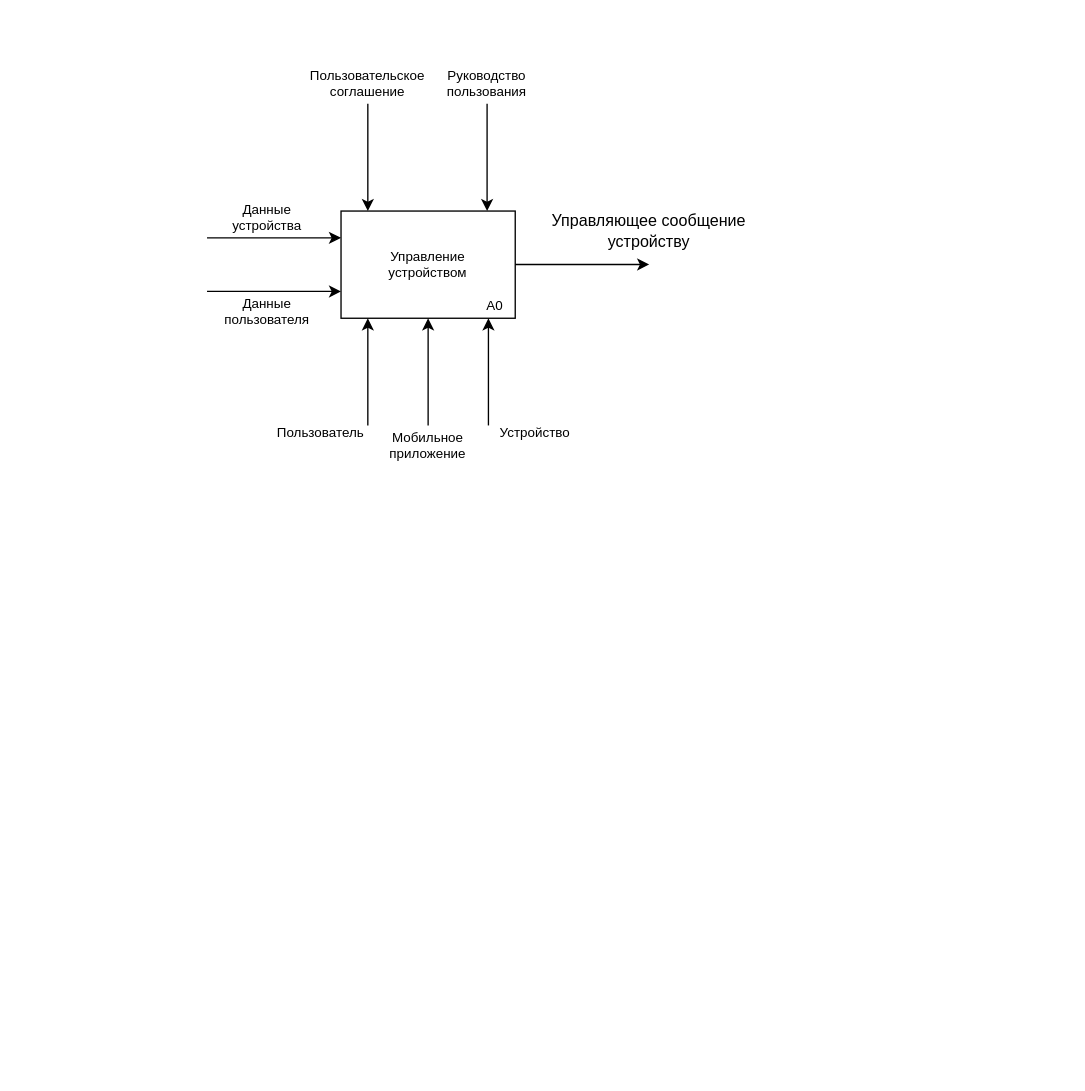
Before: systems-engineering/idef-0.drawio in mkstas/LearningVyatSu, a draw.io diagram. Source tidied: cells renumbered, new cells numbered last; positions are measured from the earlier drawing's top-left corner, leaving out a move shared by most shapes. Both pictures are drawn from the tidied source at 134%, with x=0, y=0 at pixel (206, 63).
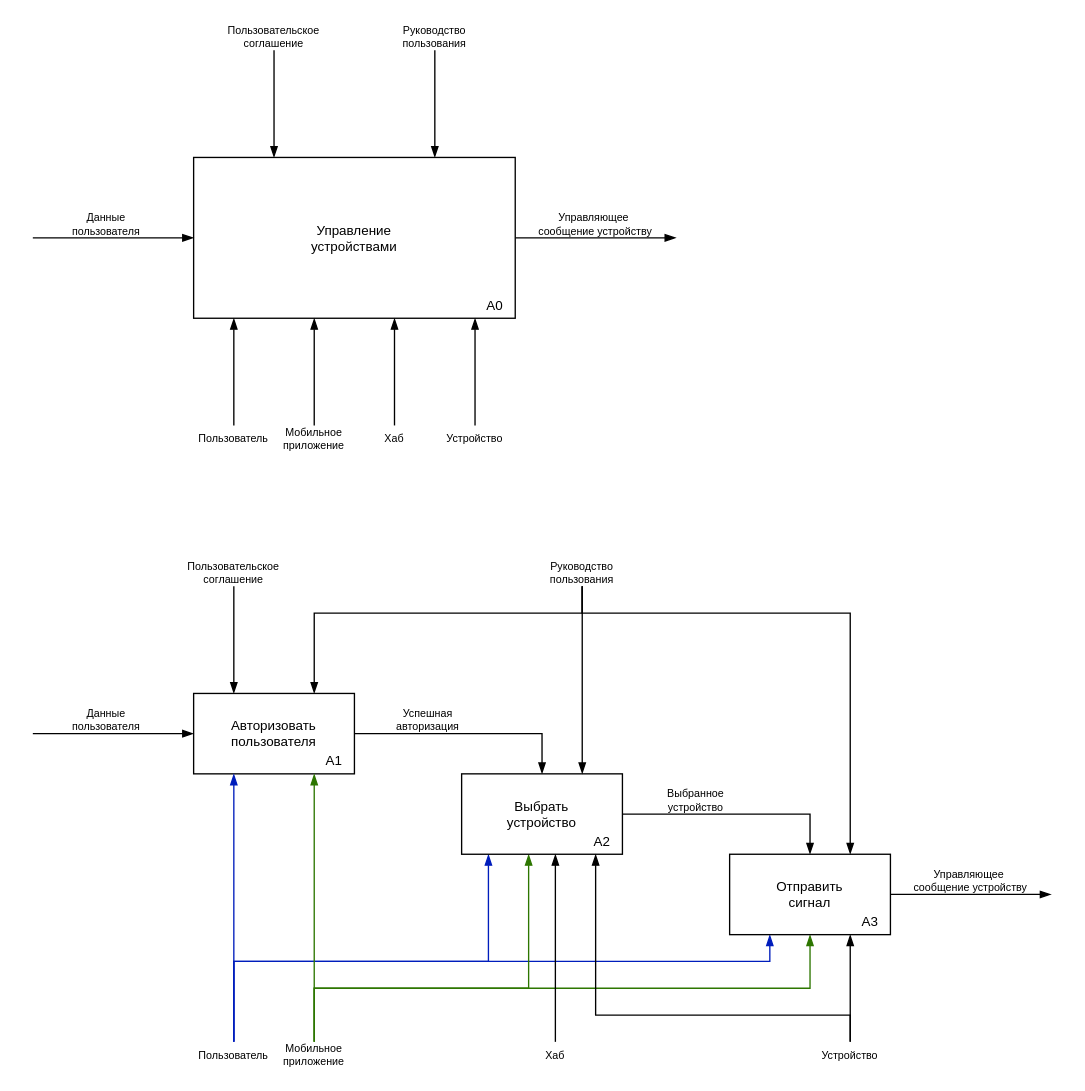
The same diagram, later.

Change to the diagram source:
```diff
@@
-    <mxCell id="2" value="Управление&lt;div&gt;устройством&lt;/div&gt;" style="rounded=0;whiteSpace=wrap;html=1;fontSize=10;" parent="1" vertex="1">
-      <mxGeometry x="100" y="110" width="130" height="80" as="geometry" />
-    </mxCell>
-    <mxCell id="3" value="Данные&lt;div&gt;устройства&lt;/div&gt;" style="text;html=1;whiteSpace=wrap;strokeColor=none;fillColor=none;align=center;verticalAlign=middle;rounded=0;fontSize=10;" parent="1" vertex="1">
-      <mxGeometry x="10" y="100" width="70" height="30" as="geometry" />
-    </mxCell>
-    <mxCell id="4" value="Данные&lt;div&gt;пользователя&lt;/div&gt;" style="text;html=1;whiteSpace=wrap;strokeColor=none;fillColor=none;align=center;verticalAlign=middle;rounded=0;fontSize=10;" parent="1" vertex="1">
-      <mxGeometry x="10" y="170" width="70" height="30" as="geometry" />
-    </mxCell>
-    <mxCell id="5" value="&lt;div&gt;Мобильное&lt;/div&gt;&lt;div&gt;приложение&lt;/div&gt;" style="text;html=1;whiteSpace=wrap;strokeColor=none;fillColor=none;align=center;verticalAlign=middle;rounded=0;fontSize=10;" parent="1" vertex="1">
-      <mxGeometry x="130" y="270" width="70" height="30" as="geometry" />
-    </mxCell>
-    <mxCell id="6" style="endArrow=classic;html=1;rounded=0;" parent="1" edge="1">
-      <mxGeometry relative="1" as="geometry">
-        <mxPoint y="130" as="sourcePoint" />
-        <mxPoint x="100" y="130" as="targetPoint" />
-      </mxGeometry>
-    </mxCell>
-    <mxCell id="7" style="endArrow=classic;html=1;rounded=0;" parent="1" edge="1">
-      <mxGeometry relative="1" as="geometry">
-        <mxPoint y="170" as="sourcePoint" />
-        <mxPoint x="100" y="170" as="targetPoint" />
-      </mxGeometry>
-    </mxCell>
-    <mxCell id="8" style="endArrow=classic;html=1;rounded=0;" parent="1" edge="1">
-      <mxGeometry relative="1" as="geometry">
-        <mxPoint x="120" y="270" as="sourcePoint" />
-        <mxPoint x="120" y="190" as="targetPoint" />
-      </mxGeometry>
-    </mxCell>
-    <mxCell id="9" style="endArrow=classic;html=1;rounded=0;" parent="1" edge="1">
-      <mxGeometry relative="1" as="geometry">
-        <mxPoint x="210" y="270" as="sourcePoint" />
-        <mxPoint x="210" y="190" as="targetPoint" />
-      </mxGeometry>
-    </mxCell>
-    <mxCell id="10" style="endArrow=classic;html=1;rounded=0;" parent="1" edge="1">
-      <mxGeometry relative="1" as="geometry">
-        <mxPoint x="165" y="270" as="sourcePoint" />
-        <mxPoint x="165" y="190" as="targetPoint" />
-      </mxGeometry>
-    </mxCell>
-    <mxCell id="11" value="&lt;div&gt;Пользователь&lt;/div&gt;" style="text;html=1;whiteSpace=wrap;strokeColor=none;fillColor=none;align=center;verticalAlign=middle;rounded=0;fontSize=10;" parent="1" vertex="1">
-      <mxGeometry x="50" y="260" width="70" height="30" as="geometry" />
-    </mxCell>
-    <mxCell id="12" value="&lt;div&gt;Устройство&lt;/div&gt;" style="text;html=1;whiteSpace=wrap;strokeColor=none;fillColor=none;align=center;verticalAlign=middle;rounded=0;fontSize=10;" parent="1" vertex="1">
-      <mxGeometry x="210" y="260" width="70" height="30" as="geometry" />
-    </mxCell>
-    <mxCell id="13" style="endArrow=classic;html=1;rounded=0;" parent="1" edge="1">
-      <mxGeometry relative="1" as="geometry">
-        <mxPoint x="120" y="30" as="sourcePoint" />
-        <mxPoint x="120" y="110" as="targetPoint" />
-      </mxGeometry>
-    </mxCell>
-    <mxCell id="14" value="Пользовательское&lt;div&gt;соглашение&lt;/div&gt;" style="text;html=1;whiteSpace=wrap;strokeColor=none;fillColor=none;align=center;verticalAlign=middle;rounded=0;fontSize=10;" parent="1" vertex="1">
-      <mxGeometry x="75" width="90" height="30" as="geometry" />
-    </mxCell>
-    <mxCell id="15" style="endArrow=classic;html=1;rounded=0;" parent="1" edge="1">
-      <mxGeometry relative="1" as="geometry">
-        <mxPoint x="209" y="30" as="sourcePoint" />
-        <mxPoint x="209" y="110" as="targetPoint" />
-      </mxGeometry>
-    </mxCell>
-    <mxCell id="16" value="Руководство&lt;div&gt;пользования&lt;/div&gt;" style="text;html=1;whiteSpace=wrap;strokeColor=none;fillColor=none;align=center;verticalAlign=middle;rounded=0;fontSize=10;" parent="1" vertex="1">
-      <mxGeometry x="174" width="70" height="30" as="geometry" />
-    </mxCell>
-    <mxCell id="17" style="endArrow=classic;html=1;rounded=0;" parent="1" edge="1">
-      <mxGeometry relative="1" as="geometry">
-        <mxPoint x="230" y="149.9" as="sourcePoint" />
-        <mxPoint x="330" y="149.9" as="targetPoint" />
-      </mxGeometry>
-    </mxCell>
+    <mxCell id="20" style="edgeStyle=orthogonalEdgeStyle;rounded=0;orthogonalLoop=1;jettySize=auto;html=1;endArrow=blockThin;endFill=1;" parent="1" edge="1">
+      <mxGeometry relative="1" as="geometry">
+        <mxPoint x="50" y="-10" as="sourcePoint" />
+        <mxPoint x="50" y="70" as="targetPoint" />
+      </mxGeometry>
+    </mxCell>
+    <mxCell id="21" style="edgeStyle=orthogonalEdgeStyle;rounded=0;jettySize=auto;html=1;endArrow=blockThin;endFill=1;" parent="1" edge="1" source="22">
+      <mxGeometry relative="1" as="geometry">
+        <mxPoint x="350" y="130" as="targetPoint" />
+      </mxGeometry>
+    </mxCell>
+    <mxCell id="22" value="Управление&lt;div&gt;устройствами&lt;/div&gt;" style="rounded=0;whiteSpace=wrap;html=1;fontSize=10;" parent="1" vertex="1">
+      <mxGeometry x="-10" y="70" width="240" height="120" as="geometry" />
+    </mxCell>
@@
-    <mxCell id="19" value="Управляющее сообщение устройству" style="text;html=1;whiteSpace=wrap;strokeColor=none;fillColor=none;align=center;verticalAlign=middle;rounded=0;" parent="1" vertex="1">
-      <mxGeometry x="250" y="110" width="160" height="30" as="geometry" />
-    </mxCell>
+    <mxCell id="23" style="endArrow=blockThin;html=1;rounded=0;entryX=0;entryY=0.5;entryDx=0;entryDy=0;endFill=1;" parent="1" edge="1" target="22">
+      <mxGeometry relative="1" as="geometry">
+        <mxPoint x="-130" y="130" as="sourcePoint" />
+      </mxGeometry>
+    </mxCell>
+    <mxCell id="24" value="&lt;font&gt;Данные&lt;/font&gt;&lt;div style=&quot;&quot;&gt;&lt;font&gt;пользователя&lt;/font&gt;&lt;/div&gt;" style="text;html=1;whiteSpace=wrap;strokeColor=none;fillColor=none;align=center;verticalAlign=middle;rounded=0;fontSize=8;" parent="1" vertex="1">
+      <mxGeometry x="-110" y="110" width="70" height="20" as="geometry" />
+    </mxCell>
+    <mxCell id="25" value="Пользовательское&lt;div&gt;соглашение&lt;/div&gt;" style="text;html=1;whiteSpace=wrap;strokeColor=none;fillColor=none;align=center;verticalAlign=middle;rounded=0;fontSize=8;" parent="1" vertex="1">
+      <mxGeometry x="10" y="-30" width="80" height="20" as="geometry" />
+    </mxCell>
+    <mxCell id="26" style="edgeStyle=orthogonalEdgeStyle;rounded=0;orthogonalLoop=1;jettySize=auto;html=1;endArrow=blockThin;endFill=1;" parent="1" edge="1">
+      <mxGeometry relative="1" as="geometry">
+        <mxPoint x="170" y="-10" as="sourcePoint" />
+        <mxPoint x="170" y="70" as="targetPoint" />
+      </mxGeometry>
+    </mxCell>
+    <mxCell id="27" value="Руководство&lt;div&gt;пользования&lt;/div&gt;" style="text;html=1;whiteSpace=wrap;strokeColor=none;fillColor=none;align=center;verticalAlign=middle;rounded=0;fontSize=8;" parent="1" vertex="1">
+      <mxGeometry x="140" y="-30" width="60" height="20" as="geometry" />
+    </mxCell>
+    <mxCell id="28" style="edgeStyle=orthogonalEdgeStyle;rounded=0;orthogonalLoop=1;jettySize=auto;html=1;endArrow=blockThin;endFill=1;" parent="1" edge="1">
+      <mxGeometry relative="1" as="geometry">
+        <mxPoint x="20" y="270" as="sourcePoint" />
+        <mxPoint x="20" y="190" as="targetPoint" />
+      </mxGeometry>
+    </mxCell>
+    <mxCell id="29" value="&lt;div&gt;Пользователь&lt;/div&gt;" style="text;html=1;whiteSpace=wrap;strokeColor=none;fillColor=none;align=center;verticalAlign=middle;rounded=0;fontSize=8;" parent="1" vertex="1">
+      <mxGeometry x="-10" y="270" width="60" height="20" as="geometry" />
+    </mxCell>
+    <mxCell id="30" style="edgeStyle=orthogonalEdgeStyle;rounded=0;orthogonalLoop=1;jettySize=auto;html=1;endArrow=blockThin;endFill=1;" parent="1" edge="1">
+      <mxGeometry relative="1" as="geometry">
+        <mxPoint x="80" y="270" as="sourcePoint" />
+        <mxPoint x="80" y="190" as="targetPoint" />
+      </mxGeometry>
+    </mxCell>
+    <mxCell id="31" value="Хаб" style="text;html=1;whiteSpace=wrap;strokeColor=none;fillColor=none;align=center;verticalAlign=middle;rounded=0;fontSize=8;" parent="1" vertex="1">
+      <mxGeometry x="125" y="270" width="30" height="20" as="geometry" />
+    </mxCell>
+    <mxCell id="32" style="edgeStyle=orthogonalEdgeStyle;rounded=0;orthogonalLoop=1;jettySize=auto;html=1;endArrow=blockThin;endFill=1;" parent="1" edge="1">
+      <mxGeometry relative="1" as="geometry">
+        <mxPoint x="139.9" y="270" as="sourcePoint" />
+        <mxPoint x="139.9" y="190" as="targetPoint" />
+      </mxGeometry>
+    </mxCell>
+    <mxCell id="33" style="edgeStyle=orthogonalEdgeStyle;rounded=0;orthogonalLoop=1;jettySize=auto;html=1;endArrow=blockThin;endFill=1;" parent="1" edge="1">
+      <mxGeometry relative="1" as="geometry">
+        <mxPoint x="200" y="270" as="sourcePoint" />
+        <mxPoint x="200" y="190" as="targetPoint" />
+        <Array as="points">
+          <mxPoint x="200" y="230" />
+          <mxPoint x="200" y="230" />
+        </Array>
+      </mxGeometry>
+    </mxCell>
+    <mxCell id="34" value="Устройство" style="text;html=1;whiteSpace=wrap;strokeColor=none;fillColor=none;align=center;verticalAlign=middle;rounded=0;fontSize=8;" parent="1" vertex="1">
+      <mxGeometry x="175" y="270" width="50" height="20" as="geometry" />
+    </mxCell>
+    <mxCell id="35" value="Мобильное&lt;div&gt;приложение&lt;/div&gt;" style="text;html=1;whiteSpace=wrap;strokeColor=none;fillColor=none;align=center;verticalAlign=middle;rounded=0;fontSize=8;" parent="1" vertex="1">
+      <mxGeometry x="50" y="270" width="60" height="20" as="geometry" />
+    </mxCell>
+    <mxCell id="36" value="Управляющее&amp;nbsp;&lt;div&gt;сообщение устройству&lt;/div&gt;" style="text;html=1;whiteSpace=wrap;strokeColor=none;fillColor=none;align=center;verticalAlign=middle;rounded=0;fontSize=8;" parent="1" vertex="1">
+      <mxGeometry x="240" y="110" width="100" height="20" as="geometry" />
+    </mxCell>
+    <mxCell id="37" style="edgeStyle=orthogonalEdgeStyle;rounded=0;jettySize=auto;html=1;entryX=0.5;entryY=0;entryDx=0;entryDy=0;endArrow=blockThin;endFill=1;" parent="1" edge="1" source="38" target="53">
+      <mxGeometry relative="1" as="geometry" />
+    </mxCell>
+    <mxCell id="38" value="Авторизовать&lt;div&gt;пользователя&lt;/div&gt;" style="rounded=0;whiteSpace=wrap;html=1;fontSize=10;" parent="1" vertex="1">
+      <mxGeometry x="-10" y="470" width="120" height="60" as="geometry" />
+    </mxCell>
+    <mxCell id="39" value="А1" style="text;html=1;whiteSpace=wrap;strokeColor=none;fillColor=none;align=center;verticalAlign=middle;rounded=0;fontSize=10;" parent="1" vertex="1">
+      <mxGeometry x="80" y="510" width="30" height="20" as="geometry" />
+    </mxCell>
+    <mxCell id="40" style="endArrow=blockThin;html=1;rounded=0;entryX=0;entryY=0.25;entryDx=0;entryDy=0;endFill=1;" parent="1" edge="1">
+      <mxGeometry relative="1" as="geometry">
+        <mxPoint x="-130" y="500" as="sourcePoint" />
+        <mxPoint x="-10" y="500" as="targetPoint" />
+      </mxGeometry>
+    </mxCell>
+    <mxCell id="41" value="&lt;font&gt;Данные&lt;/font&gt;&lt;div style=&quot;&quot;&gt;&lt;font&gt;пользователя&lt;/font&gt;&lt;/div&gt;" style="text;html=1;whiteSpace=wrap;strokeColor=none;fillColor=none;align=center;verticalAlign=middle;rounded=0;fontSize=8;" parent="1" vertex="1">
+      <mxGeometry x="-110" y="480" width="70" height="20" as="geometry" />
+    </mxCell>
+    <mxCell id="42" style="edgeStyle=orthogonalEdgeStyle;rounded=0;jettySize=auto;html=1;entryX=0.25;entryY=0;entryDx=0;entryDy=0;endArrow=blockThin;endFill=1;" parent="1" edge="1" source="43" target="38">
+      <mxGeometry relative="1" as="geometry" />
+    </mxCell>
+    <mxCell id="43" value="Пользовательское&lt;div&gt;соглашение&lt;/div&gt;" style="text;html=1;whiteSpace=wrap;strokeColor=none;fillColor=none;align=center;verticalAlign=middle;rounded=0;fontSize=8;" parent="1" vertex="1">
+      <mxGeometry x="-20" y="370" width="80" height="20" as="geometry" />
+    </mxCell>
+    <mxCell id="44" style="edgeStyle=orthogonalEdgeStyle;rounded=0;jettySize=auto;html=1;endArrow=blockThin;endFill=1;exitX=0.5;exitY=0;exitDx=0;exitDy=0;fillColor=#0050ef;strokeColor=#001DBC;" parent="1" edge="1" source="47">
+      <mxGeometry relative="1" as="geometry">
+        <mxPoint x="20" y="530" as="targetPoint" />
+      </mxGeometry>
+    </mxCell>
+    <mxCell id="45" style="edgeStyle=orthogonalEdgeStyle;rounded=0;jettySize=auto;html=1;endArrow=blockThin;endFill=1;fillColor=#0050ef;strokeColor=#001DBC;" parent="1" edge="1" source="47" target="53">
+      <mxGeometry relative="1" as="geometry">
+        <Array as="points">
+          <mxPoint x="20" y="670" />
+          <mxPoint x="210" y="670" />
+        </Array>
+      </mxGeometry>
+    </mxCell>
+    <mxCell id="46" style="edgeStyle=orthogonalEdgeStyle;rounded=0;jettySize=auto;html=1;endArrow=blockThin;endFill=1;fillColor=#0050ef;strokeColor=#001DBC;" parent="1" edge="1" source="47" target="55">
+      <mxGeometry relative="1" as="geometry">
+        <Array as="points">
+          <mxPoint x="20" y="670" />
+          <mxPoint x="420" y="670" />
+        </Array>
+      </mxGeometry>
+    </mxCell>
+    <mxCell id="47" value="&lt;div&gt;Пользователь&lt;/div&gt;" style="text;html=1;whiteSpace=wrap;strokeColor=none;fillColor=none;align=center;verticalAlign=middle;rounded=0;fontSize=8;" parent="1" vertex="1">
+      <mxGeometry x="-10" y="730" width="60" height="20" as="geometry" />
+    </mxCell>
+    <mxCell id="48" style="edgeStyle=orthogonalEdgeStyle;rounded=0;jettySize=auto;html=1;endArrow=blockThin;endFill=1;exitX=0.5;exitY=0;exitDx=0;exitDy=0;fillColor=#60a917;strokeColor=#2D7600;" parent="1" edge="1" source="51">
+      <mxGeometry relative="1" as="geometry">
+        <mxPoint x="80" y="530" as="targetPoint" />
+      </mxGeometry>
+    </mxCell>
+    <mxCell id="49" style="edgeStyle=orthogonalEdgeStyle;rounded=0;jettySize=auto;html=1;endArrow=blockThin;endFill=1;fillColor=#60a917;strokeColor=#2D7600;" parent="1" edge="1" source="51" target="53">
+      <mxGeometry relative="1" as="geometry">
+        <Array as="points">
+          <mxPoint x="80" y="690" />
+          <mxPoint x="240" y="690" />
+        </Array>
+      </mxGeometry>
+    </mxCell>
+    <mxCell id="50" style="edgeStyle=orthogonalEdgeStyle;rounded=0;jettySize=auto;html=1;endArrow=blockThin;endFill=1;fillColor=#60a917;strokeColor=#2D7600;" parent="1" edge="1" source="51" target="55">
+      <mxGeometry relative="1" as="geometry">
+        <Array as="points">
+          <mxPoint x="80" y="690" />
+          <mxPoint x="450" y="690" />
+        </Array>
+      </mxGeometry>
+    </mxCell>
+    <mxCell id="51" value="Мобильное&lt;div&gt;приложение&lt;/div&gt;" style="text;html=1;whiteSpace=wrap;strokeColor=none;fillColor=none;align=center;verticalAlign=middle;rounded=0;fontSize=8;" parent="1" vertex="1">
+      <mxGeometry x="50" y="730" width="60" height="20" as="geometry" />
+    </mxCell>
+    <mxCell id="52" style="edgeStyle=orthogonalEdgeStyle;rounded=0;jettySize=auto;html=1;entryX=0.5;entryY=0;entryDx=0;entryDy=0;endArrow=blockThin;endFill=1;" parent="1" edge="1" source="53" target="55">
+      <mxGeometry relative="1" as="geometry" />
+    </mxCell>
+    <mxCell id="53" value="Выбрать&lt;div&gt;устройство&lt;/div&gt;" style="rounded=0;whiteSpace=wrap;html=1;fontSize=10;" parent="1" vertex="1">
+      <mxGeometry x="190" y="530" width="120" height="60" as="geometry" />
+    </mxCell>
+    <mxCell id="54" value="А2" style="text;html=1;whiteSpace=wrap;strokeColor=none;fillColor=none;align=center;verticalAlign=middle;rounded=0;fontSize=10;" parent="1" vertex="1">
+      <mxGeometry x="280" y="570" width="30" height="20" as="geometry" />
+    </mxCell>
+    <mxCell id="55" value="Отправить&lt;div&gt;сигнал&lt;/div&gt;" style="rounded=0;whiteSpace=wrap;html=1;fontSize=10;" parent="1" vertex="1">
+      <mxGeometry x="390" y="590" width="120" height="60" as="geometry" />
+    </mxCell>
+    <mxCell id="56" value="А3" style="text;html=1;whiteSpace=wrap;strokeColor=none;fillColor=none;align=center;verticalAlign=middle;rounded=0;fontSize=10;" parent="1" vertex="1">
+      <mxGeometry x="480" y="630" width="30" height="20" as="geometry" />
+    </mxCell>
+    <mxCell id="57" style="edgeStyle=orthogonalEdgeStyle;rounded=0;orthogonalLoop=1;jettySize=auto;html=1;endArrow=blockThin;endFill=1;" parent="1" edge="1">
+      <mxGeometry relative="1" as="geometry">
+        <mxPoint x="510" y="620" as="sourcePoint" />
+        <mxPoint x="630" y="620" as="targetPoint" />
+      </mxGeometry>
+    </mxCell>
+    <mxCell id="58" value="Управляющее&amp;nbsp;&lt;div&gt;сообщение устройству&lt;/div&gt;" style="text;html=1;whiteSpace=wrap;strokeColor=none;fillColor=none;align=center;verticalAlign=middle;rounded=0;fontSize=8;" parent="1" vertex="1">
+      <mxGeometry x="520" y="600" width="100" height="20" as="geometry" />
+    </mxCell>
+    <mxCell id="59" style="edgeStyle=orthogonalEdgeStyle;rounded=0;jettySize=auto;html=1;entryX=0.583;entryY=1;entryDx=0;entryDy=0;entryPerimeter=0;endArrow=blockThin;endFill=1;" parent="1" edge="1" source="60" target="53">
+      <mxGeometry relative="1" as="geometry" />
+    </mxCell>
+    <mxCell id="60" value="Хаб" style="text;html=1;whiteSpace=wrap;strokeColor=none;fillColor=none;align=center;verticalAlign=middle;rounded=0;fontSize=8;" parent="1" vertex="1">
+      <mxGeometry x="240" y="730" width="40" height="20" as="geometry" />
+    </mxCell>
+    <mxCell id="61" style="edgeStyle=orthogonalEdgeStyle;rounded=0;jettySize=auto;html=1;endArrow=blockThin;endFill=1;" parent="1" edge="1" source="63" target="55">
+      <mxGeometry relative="1" as="geometry">
+        <Array as="points">
+          <mxPoint x="480" y="710" />
+          <mxPoint x="480" y="710" />
+        </Array>
+      </mxGeometry>
+    </mxCell>
+    <mxCell id="62" style="edgeStyle=orthogonalEdgeStyle;rounded=0;jettySize=auto;html=1;endArrow=blockThin;endFill=1;" parent="1" edge="1" source="63" target="53">
+      <mxGeometry relative="1" as="geometry">
+        <Array as="points">
+          <mxPoint x="480" y="710" />
+          <mxPoint x="290" y="710" />
+        </Array>
+      </mxGeometry>
+    </mxCell>
+    <mxCell id="63" value="Устройство" style="text;html=1;whiteSpace=wrap;strokeColor=none;fillColor=none;align=center;verticalAlign=middle;rounded=0;fontSize=8;" parent="1" vertex="1">
+      <mxGeometry x="450" y="730" width="60" height="20" as="geometry" />
+    </mxCell>
+    <mxCell id="64" style="edgeStyle=orthogonalEdgeStyle;rounded=0;jettySize=auto;html=1;endArrow=blockThin;endFill=1;entryX=0.75;entryY=0;entryDx=0;entryDy=0;" parent="1" edge="1" source="67" target="53">
+      <mxGeometry relative="1" as="geometry" />
+    </mxCell>
+    <mxCell id="65" style="edgeStyle=orthogonalEdgeStyle;rounded=0;jettySize=auto;html=1;entryX=0.75;entryY=0;entryDx=0;entryDy=0;endArrow=blockThin;endFill=1;" parent="1" edge="1" source="67" target="55">
+      <mxGeometry relative="1" as="geometry">
+        <Array as="points">
+          <mxPoint x="280" y="410" />
+          <mxPoint x="480" y="410" />
+        </Array>
+      </mxGeometry>
+    </mxCell>
+    <mxCell id="66" style="edgeStyle=orthogonalEdgeStyle;rounded=0;jettySize=auto;html=1;entryX=0.75;entryY=0;entryDx=0;entryDy=0;endArrow=blockThin;endFill=1;" parent="1" edge="1" source="67" target="38">
+      <mxGeometry relative="1" as="geometry">
+        <Array as="points">
+          <mxPoint x="280" y="410" />
+          <mxPoint x="80" y="410" />
+        </Array>
+      </mxGeometry>
+    </mxCell>
+    <mxCell id="67" value="Руководство&lt;div&gt;пользования&lt;/div&gt;" style="text;html=1;whiteSpace=wrap;strokeColor=none;fillColor=none;align=center;verticalAlign=middle;rounded=0;fontSize=8;" parent="1" vertex="1">
+      <mxGeometry x="250" y="370" width="60" height="20" as="geometry" />
+    </mxCell>
+    <mxCell id="68" value="Успешная авторизация" style="text;html=1;whiteSpace=wrap;strokeColor=none;fillColor=none;align=center;verticalAlign=middle;rounded=0;fontSize=8;" parent="1" vertex="1">
+      <mxGeometry x="130" y="480" width="70" height="20" as="geometry" />
+    </mxCell>
+    <mxCell id="69" value="Выбранное&lt;div&gt;устройство&lt;/div&gt;" style="text;html=1;whiteSpace=wrap;strokeColor=none;fillColor=none;align=center;verticalAlign=middle;rounded=0;fontSize=8;" parent="1" vertex="1">
+      <mxGeometry x="330" y="540" width="70" height="20" as="geometry" />
+    </mxCell>
```
